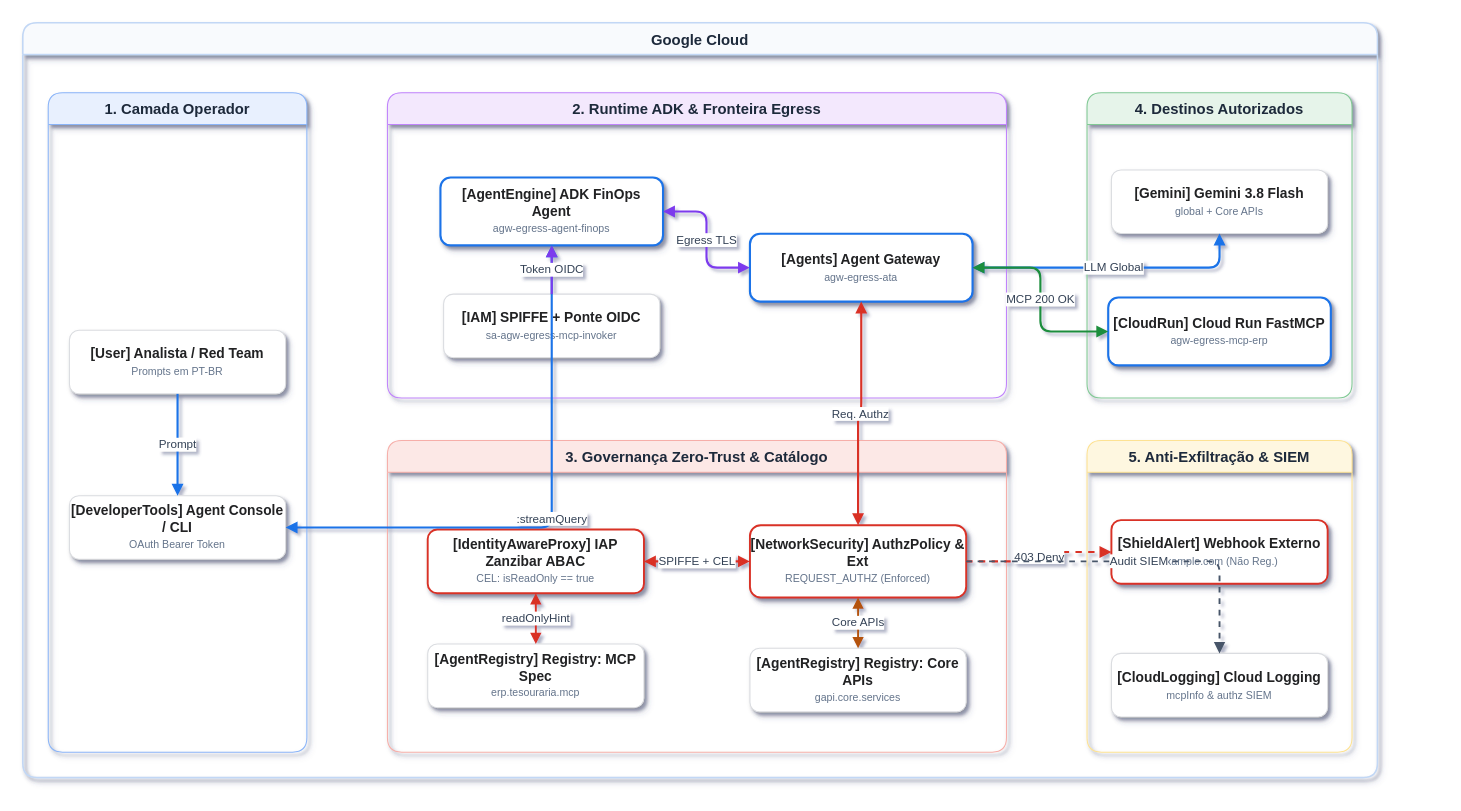
This is demos/02-agw-arun-egress-mcp/architecture.drawio from carlosmscabral/cabral-governance-ai, a draw.io file, before an edit. Source tidied: cells renumbered, new cells numbered last; positions are measured from the earlier drawing's top-left corner, leaving out a move shared by most shapes. Both pictures are drawn from the tidied source at 106%, with x=0, y=0 at pixel (22, 22).
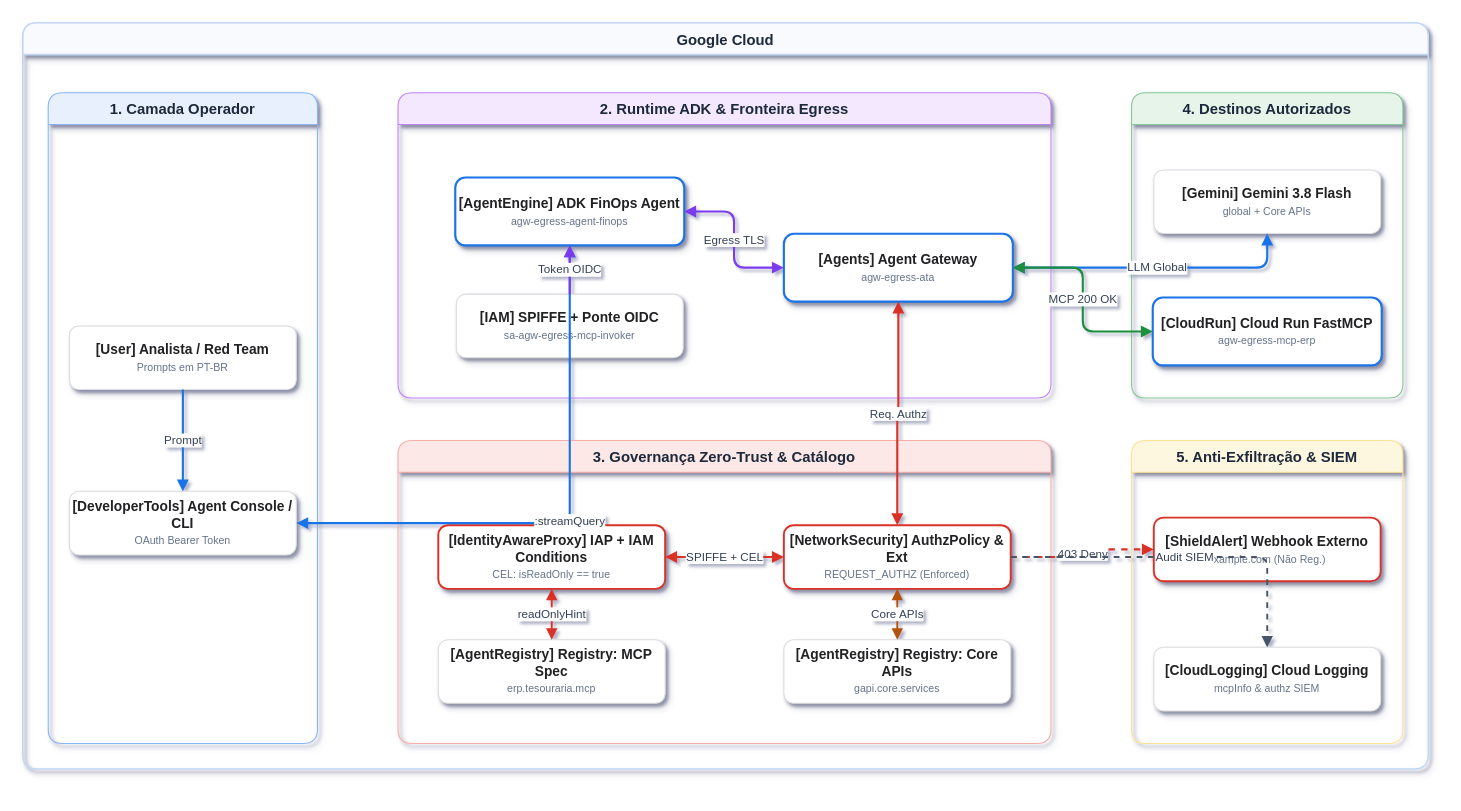
The same diagram, later.

Commit message (it also covers changes not shown here):
docs(demos-01-02): replace internal Zanzibar term with official IAP + IAM Conditions naming

The edit, as a diff of the source:
```diff
@@
     <mxCell id="2" value="Google Cloud" style="swimlane;fontStyle=1;horizontal=1;startSize=30;rounded=1;fillColor=#f8fafd;strokeColor=#c2d7f5;strokeWidth=1.5;fontColor=#1E293B;fontSize=14;shadow=1;" parent="1" vertex="1">
-      <mxGeometry width="1278" height="712.1" as="geometry" />
+      <mxGeometry width="1326" height="704" as="geometry" />
     </mxCell>
     <mxCell id="3" value="1. Camada Operador" style="swimlane;fontStyle=1;horizontal=1;startSize=30;rounded=1;fillColor=#e8f0fe;strokeColor=#8ab4f8;fontColor=#1E293B;fontSize=14;shadow=1;" parent="2" vertex="1">
-      <mxGeometry x="24" y="66" width="244" height="622.1" as="geometry" />
+      <mxGeometry x="24" y="66" width="254" height="614" as="geometry" />
     </mxCell>
     <mxCell id="4" value="2. Runtime ADK &amp; Fronteira Egress" style="swimlane;fontStyle=1;horizontal=1;startSize=30;rounded=1;fillColor=#f3e8fd;strokeColor=#c084fc;fontColor=#1E293B;fontSize=14;shadow=1;" parent="2" vertex="1">
-      <mxGeometry x="344" y="66" width="584" height="288" as="geometry" />
+      <mxGeometry x="354" y="66" width="616" height="288" as="geometry" />
     </mxCell>
     <mxCell id="5" style="group;html=1;fillColor=none;strokeColor=none;" parent="4" vertex="1">
-      <mxGeometry x="32" y="62" width="246" height="206" as="geometry" />
+      <mxGeometry x="36" y="62" width="252" height="206" as="geometry" />
     </mxCell>
     <mxCell id="6" value="3. Governança Zero-Trust &amp; Catálogo" style="swimlane;fontStyle=1;horizontal=1;startSize=30;rounded=1;fillColor=#fce8e6;strokeColor=#f6aea9;fontColor=#1E293B;fontSize=14;shadow=1;" parent="2" vertex="1">
-      <mxGeometry x="344" y="394" width="584" height="294.1" as="geometry" />
+      <mxGeometry x="354" y="394" width="616" height="286" as="geometry" />
     </mxCell>
     <mxCell id="7" style="group;html=1;fillColor=none;strokeColor=none;" parent="6" vertex="1">
-      <mxGeometry x="20" y="66.1" width="240" height="204" as="geometry" />
+      <mxGeometry x="20" y="62" width="250" height="204" as="geometry" />
     </mxCell>
     <mxCell id="8" style="group;html=1;fillColor=none;strokeColor=none;" parent="6" vertex="1">
-      <mxGeometry x="324" y="62" width="240" height="212.2" as="geometry" />
+      <mxGeometry x="346" y="62" width="250" height="204" as="geometry" />
     </mxCell>
     <mxCell id="9" value="4. Destinos Autorizados" style="swimlane;fontStyle=1;horizontal=1;startSize=30;rounded=1;fillColor=#e6f4ea;strokeColor=#81c995;fontColor=#1E293B;fontSize=14;shadow=1;" parent="2" vertex="1">
-      <mxGeometry x="1004" y="66" width="250" height="288" as="geometry" />
+      <mxGeometry x="1046" y="66" width="256" height="288" as="geometry" />
     </mxCell>
     <mxCell id="10" value="5. Anti-Exfiltração &amp; SIEM" style="swimlane;fontStyle=1;horizontal=1;startSize=30;rounded=1;fillColor=#fef7e0;strokeColor=#fde293;fontColor=#1E293B;fontSize=14;shadow=1;" parent="2" vertex="1">
-      <mxGeometry x="1004" y="394" width="250" height="294.1" as="geometry" />
+      <mxGeometry x="1046" y="394" width="256" height="286" as="geometry" />
     </mxCell>
     <mxCell id="11" value="&lt;b&gt;[User] Analista / Red Team&lt;/b&gt;&lt;br&gt;&lt;font color='#64748B' size='1'&gt;Prompts em PT-BR&lt;/font&gt;" style="rounded=1;arcSize=15;whiteSpace=wrap;html=1;fillColor=#ffffff;strokeColor=#dadce0;strokeWidth=1;fontColor=#202124;fontSize=13;shadow=1;" parent="3" vertex="1">
-      <mxGeometry x="20" y="224.1" width="204" height="60" as="geometry" />
+      <mxGeometry x="20" y="220" width="214" height="60" as="geometry" />
     </mxCell>
     <mxCell id="12" value="&lt;b&gt;[DeveloperTools] Agent Console / CLI&lt;/b&gt;&lt;br&gt;&lt;font color='#64748B' size='1'&gt;OAuth Bearer Token&lt;/font&gt;" style="rounded=1;arcSize=15;whiteSpace=wrap;html=1;fillColor=#ffffff;strokeColor=#dadce0;strokeWidth=1;fontColor=#202124;fontSize=13;shadow=1;" parent="3" vertex="1">
-      <mxGeometry x="20" y="380.1" width="204" height="60" as="geometry" />
+      <mxGeometry x="20" y="376" width="214" height="60" as="geometry" />
     </mxCell>
     <mxCell id="13" value="&lt;b&gt;[AgentEngine] ADK FinOps Agent&lt;/b&gt;&lt;br&gt;&lt;font color='#64748B' size='1'&gt;agw-egress-agent-finops&lt;/font&gt;" style="rounded=1;arcSize=15;whiteSpace=wrap;html=1;fillColor=#ffffff;strokeColor=#1a73e8;strokeWidth=2;fontColor=#202124;fontSize=13;shadow=1;" parent="5" vertex="1">
-      <mxGeometry x="18" y="18" width="210" height="64" as="geometry" />
+      <mxGeometry x="18" y="18" width="216" height="64" as="geometry" />
     </mxCell>
     <mxCell id="14" value="&lt;b&gt;[IAM] SPIFFE + Ponte OIDC&lt;/b&gt;&lt;br&gt;&lt;font color='#64748B' size='1'&gt;sa-agw-egress-mcp-invoker&lt;/font&gt;" style="rounded=1;arcSize=15;whiteSpace=wrap;html=1;fillColor=#ffffff;strokeColor=#dadce0;strokeWidth=1;fontColor=#202124;fontSize=13;shadow=1;" parent="5" vertex="1">
-      <mxGeometry x="21" y="128" width="204" height="60" as="geometry" />
+      <mxGeometry x="19" y="128" width="214" height="60" as="geometry" />
     </mxCell>
     <mxCell id="15" value="&lt;b&gt;[Agents] Agent Gateway&lt;/b&gt;&lt;br&gt;&lt;font color='#64748B' size='1'&gt;agw-egress-ata&lt;/font&gt;" style="rounded=1;arcSize=15;whiteSpace=wrap;html=1;fillColor=#ffffff;strokeColor=#1a73e8;strokeWidth=2;fontColor=#202124;fontSize=13;shadow=1;" parent="4" vertex="1">
-      <mxGeometry x="342" y="133" width="210" height="64" as="geometry" />
+      <mxGeometry x="364" y="133" width="216" height="64" as="geometry" />
     </mxCell>
-    <mxCell id="16" value="&lt;b&gt;[IdentityAwareProxy] IAP Zanzibar ABAC&lt;/b&gt;&lt;br&gt;&lt;font color='#64748B' size='1'&gt;CEL: isReadOnly == true&lt;/font&gt;" style="rounded=1;arcSize=15;whiteSpace=wrap;html=1;fillColor=#ffffff;strokeColor=#d93025;strokeWidth=1.8;fontColor=#202124;fontSize=13;shadow=1;" parent="7" vertex="1">
-      <mxGeometry x="18" y="18" width="204" height="60" as="geometry" />
+    <mxCell id="16" value="&lt;b&gt;[IdentityAwareProxy] IAP + IAM Conditions&lt;/b&gt;&lt;br&gt;&lt;font color='#64748B' size='1'&gt;CEL: isReadOnly == true&lt;/font&gt;" style="rounded=1;arcSize=15;whiteSpace=wrap;html=1;fillColor=#ffffff;strokeColor=#d93025;strokeWidth=1.8;fontColor=#202124;fontSize=13;shadow=1;" parent="7" vertex="1">
+      <mxGeometry x="18" y="18" width="214" height="60" as="geometry" />
     </mxCell>
     <mxCell id="17" value="&lt;b&gt;[AgentRegistry] Registry: MCP Spec&lt;/b&gt;&lt;br&gt;&lt;font color='#64748B' size='1'&gt;erp.tesouraria.mcp&lt;/font&gt;" style="rounded=1;arcSize=15;whiteSpace=wrap;html=1;fillColor=#ffffff;strokeColor=#dadce0;strokeWidth=1;fontColor=#202124;fontSize=13;shadow=1;" parent="7" vertex="1">
-      <mxGeometry x="18" y="126" width="204" height="60" as="geometry" />
+      <mxGeometry x="18" y="126" width="214" height="60" as="geometry" />
     </mxCell>
     <mxCell id="18" value="&lt;b&gt;[NetworkSecurity] AuthzPolicy &amp; Ext&lt;/b&gt;&lt;br&gt;&lt;font color='#64748B' size='1'&gt;REQUEST_AUTHZ (Enforced)&lt;/font&gt;" style="rounded=1;arcSize=15;whiteSpace=wrap;html=1;fillColor=#ffffff;strokeColor=#d93025;strokeWidth=1.8;fontColor=#202124;fontSize=13;shadow=1;" parent="8" vertex="1">
-      <mxGeometry x="18" y="18" width="204" height="68.2" as="geometry" />
+      <mxGeometry x="18" y="18" width="214" height="60" as="geometry" />
     </mxCell>
     <mxCell id="19" value="&lt;b&gt;[AgentRegistry] Registry: Core APIs&lt;/b&gt;&lt;br&gt;&lt;font color='#64748B' size='1'&gt;gapi.core.services&lt;/font&gt;" style="rounded=1;arcSize=15;whiteSpace=wrap;html=1;fillColor=#ffffff;strokeColor=#dadce0;strokeWidth=1;fontColor=#202124;fontSize=13;shadow=1;" parent="8" vertex="1">
-      <mxGeometry x="18" y="134.1" width="204" height="60" as="geometry" />
+      <mxGeometry x="18" y="126" width="214" height="60" as="geometry" />
     </mxCell>
     <mxCell id="20" value="&lt;b&gt;[Gemini] Gemini 3.8 Flash&lt;/b&gt;&lt;br&gt;&lt;font color='#64748B' size='1'&gt;global + Core APIs&lt;/font&gt;" style="rounded=1;arcSize=15;whiteSpace=wrap;html=1;fillColor=#ffffff;strokeColor=#dadce0;strokeWidth=1;fontColor=#202124;fontSize=13;shadow=1;" parent="9" vertex="1">
-      <mxGeometry x="23" y="72.8" width="204" height="60" as="geometry" />
+      <mxGeometry x="21" y="72.8" width="214" height="60" as="geometry" />
     </mxCell>
     <mxCell id="21" value="&lt;b&gt;[CloudRun] Cloud Run FastMCP&lt;/b&gt;&lt;br&gt;&lt;font color='#64748B' size='1'&gt;agw-egress-mcp-erp&lt;/font&gt;" style="rounded=1;arcSize=15;whiteSpace=wrap;html=1;fillColor=#ffffff;strokeColor=#1a73e8;strokeWidth=2;fontColor=#202124;fontSize=13;shadow=1;" parent="9" vertex="1">
-      <mxGeometry x="20" y="193.2" width="210" height="64" as="geometry" />
+      <mxGeometry x="20" y="193.2" width="216" height="64" as="geometry" />
     </mxCell>
     <mxCell id="22" value="&lt;b&gt;[ShieldAlert] Webhook Externo&lt;/b&gt;&lt;br&gt;&lt;font color='#64748B' size='1'&gt;example.com (Não Reg.)&lt;/font&gt;" style="rounded=1;arcSize=15;whiteSpace=wrap;html=1;fillColor=#ffffff;strokeColor=#d93025;strokeWidth=1.8;fontColor=#202124;fontSize=13;shadow=1;" parent="10" vertex="1">
-      <mxGeometry x="23" y="75.2" width="204" height="60" as="geometry" />
+      <mxGeometry x="21" y="72.8" width="214" height="60" as="geometry" />
     </mxCell>
     <mxCell id="23" value="&lt;b&gt;[CloudLogging] Cloud Logging&lt;/b&gt;&lt;br&gt;&lt;font color='#64748B' size='1'&gt;mcpInfo &amp; authz SIEM&lt;/font&gt;" style="rounded=1;arcSize=15;whiteSpace=wrap;html=1;fillColor=#ffffff;strokeColor=#dadce0;strokeWidth=1;fontColor=#202124;fontSize=13;shadow=1;" parent="10" vertex="1">
-      <mxGeometry x="23" y="200.9" width="204" height="60" as="geometry" />
+      <mxGeometry x="21" y="195.2" width="214" height="60" as="geometry" />
     </mxCell>
```
